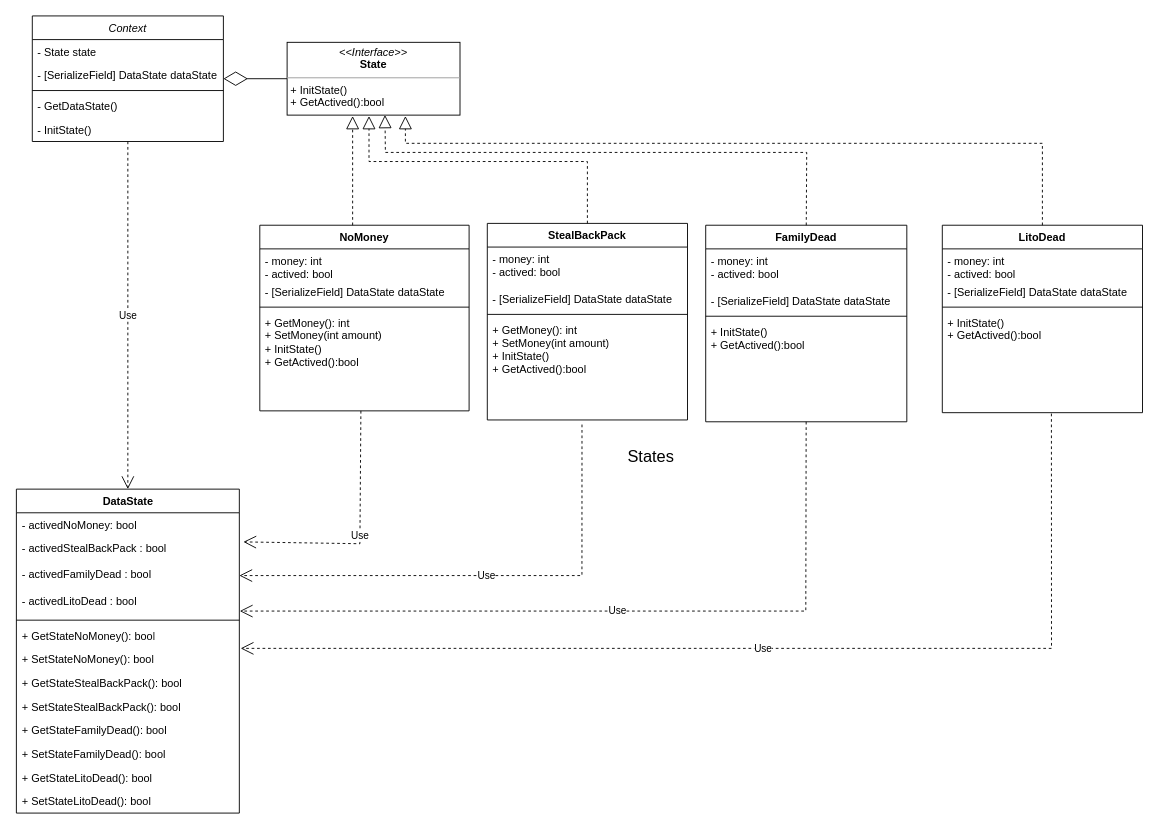
Earlier version of the draw.io diagram Ley-Rivas/Diagrama sin título.drawio (alemarchena/leyrivas). Source tidied: cells renumbered, new cells numbered last; positions are measured from the earlier drawing's top-left corner, leaving out a move shared by most shapes. Both pictures are drawn from the tidied source at 91%, with x=0, y=0 at pixel (15, 15).
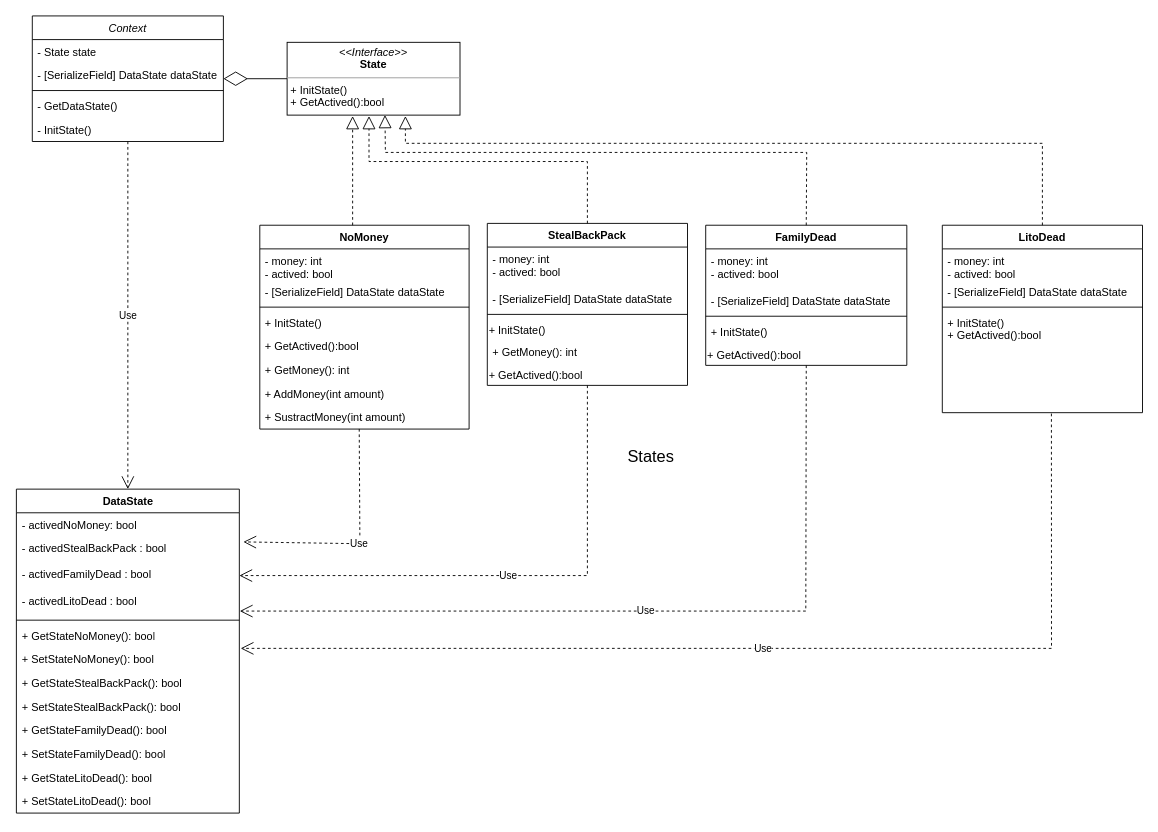
After the change.

The change refers to these unchanged cells:
```xml
<mxCell id="37" value="- activedStealBackPack : bool" style="text;strokeColor=none;fillColor=none;align=left;verticalAlign=top;spacingLeft=4;spacingRight=4;overflow=hidden;points=[[0,0.5],[1,0.5]];portConstraint=eastwest;whiteSpace=wrap;html=1;" parent="35" vertex="1">
  <mxGeometry y="52" width="245" height="28" as="geometry" />
</mxCell>
<mxCell id="38" value="- activedFamilyDead : bool" style="text;strokeColor=none;fillColor=none;align=left;verticalAlign=top;spacingLeft=4;spacingRight=4;overflow=hidden;points=[[0,0.5],[1,0.5]];portConstraint=eastwest;whiteSpace=wrap;html=1;" parent="35" vertex="1">
  <mxGeometry y="80" width="245" height="30" as="geometry" />
</mxCell>
<mxCell id="39" value="- activedLitoDead : bool" style="text;strokeColor=none;fillColor=none;align=left;verticalAlign=top;spacingLeft=4;spacingRight=4;overflow=hidden;points=[[0,0.5],[1,0.5]];portConstraint=eastwest;whiteSpace=wrap;html=1;" parent="35" vertex="1">
  <mxGeometry y="110" width="245" height="30" as="geometry" />
</mxCell>
```

The edit, as a diff of the source:
```diff
@@
     <mxCell id="10" value="NoMoney" style="swimlane;fontStyle=1;align=center;verticalAlign=top;horizontal=1;startSize=26;whiteSpace=wrap;html=1;" parent="1" vertex="1">
-      <mxGeometry x="268" y="230" width="230" height="204" as="geometry" />
+      <mxGeometry x="268" y="230" width="230" height="224" as="geometry" />
     </mxCell>
@@
+    <mxCell id="54" value="+ InitState()" style="text;align=left;verticalAlign=top;spacingLeft=4;spacingRight=4;overflow=hidden;" parent="10" vertex="1">
+      <mxGeometry y="94" width="230" height="26" as="geometry" />
+    </mxCell>
+    <mxCell id="55" value="+ GetActived():bool" style="text;align=left;verticalAlign=top;spacingLeft=4;spacingRight=4;overflow=hidden;" parent="10" vertex="1">
+      <mxGeometry y="120" width="230" height="26" as="geometry" />
+    </mxCell>
-    <mxCell id="14" value="+ GetMoney(): int&lt;br&gt;+ SetMoney(int amount)&lt;br&gt;+ InitState()&lt;br&gt;+ GetActived():bool" style="text;strokeColor=none;fillColor=none;align=left;verticalAlign=top;spacingLeft=4;spacingRight=4;overflow=hidden;points=[[0,0.5],[1,0.5]];portConstraint=eastwest;whiteSpace=wrap;html=1;" parent="10" vertex="1">
-      <mxGeometry y="94" width="230" height="110" as="geometry" />
+    <mxCell id="14" value="+ GetMoney(): int&lt;br&gt;" style="text;strokeColor=none;fillColor=none;align=left;verticalAlign=top;spacingLeft=4;spacingRight=4;overflow=hidden;points=[[0,0.5],[1,0.5]];portConstraint=eastwest;whiteSpace=wrap;html=1;" parent="10" vertex="1">
+      <mxGeometry y="146" width="230" height="26" as="geometry" />
     </mxCell>
+    <mxCell id="56" value="+ AddMoney(int amount)" style="text;align=left;verticalAlign=top;spacingLeft=4;spacingRight=4;overflow=hidden;" parent="10" vertex="1">
+      <mxGeometry y="172" width="230" height="26" as="geometry" />
+    </mxCell>
+    <mxCell id="57" value="+ SustractMoney(int amount)" style="text;align=left;verticalAlign=top;spacingLeft=4;spacingRight=4;overflow=hidden;points=[[0,0.5],[1,0.5]];portConstraint=eastwest;" parent="10" vertex="1">
+      <mxGeometry y="198" width="230" height="26" as="geometry" />
+    </mxCell>
     <mxCell id="15" value="StealBackPack" style="swimlane;fontStyle=1;align=center;verticalAlign=top;horizontal=1;startSize=26;whiteSpace=wrap;html=1;" parent="1" vertex="1">
-      <mxGeometry x="518" y="228" width="220" height="216" as="geometry" />
+      <mxGeometry x="518" y="228" width="220" height="178" as="geometry" />
     </mxCell>
@@
+    <mxCell id="58" value="+ InitState()" style="text;whiteSpace=wrap;html=1;" parent="15" vertex="1">
+      <mxGeometry y="104" width="220" height="24" as="geometry" />
+    </mxCell>
-    <mxCell id="19" value="+ GetMoney(): int&lt;br&gt;+ SetMoney(int amount)&lt;br&gt;+ InitState()&lt;br&gt;+ GetActived():bool" style="text;strokeColor=none;fillColor=none;align=left;verticalAlign=top;spacingLeft=4;spacingRight=4;overflow=hidden;points=[[0,0.5],[1,0.5]];portConstraint=eastwest;whiteSpace=wrap;html=1;" parent="15" vertex="1">
-      <mxGeometry y="104" width="220" height="112" as="geometry" />
+    <mxCell id="19" value="+ GetMoney(): int&lt;br&gt;" style="text;strokeColor=none;fillColor=none;align=left;verticalAlign=top;spacingLeft=4;spacingRight=4;overflow=hidden;points=[[0,0.5],[1,0.5]];portConstraint=eastwest;whiteSpace=wrap;html=1;" parent="15" vertex="1">
+      <mxGeometry y="128" width="220" height="26" as="geometry" />
     </mxCell>
+    <mxCell id="59" value="+ GetActived():bool" style="text;whiteSpace=wrap;html=1;" parent="15" vertex="1">
+      <mxGeometry y="154" width="220" height="24" as="geometry" />
+    </mxCell>
@@
     <mxCell id="23" value="FamilyDead" style="swimlane;fontStyle=1;align=center;verticalAlign=top;horizontal=1;startSize=26;whiteSpace=wrap;html=1;" parent="1" vertex="1">
-      <mxGeometry x="758" y="230" width="221" height="216" as="geometry" />
+      <mxGeometry x="758" y="230" width="221" height="154" as="geometry" />
     </mxCell>
@@
-    <mxCell id="27" value="+ InitState()&lt;br&gt;+ GetActived():bool" style="text;strokeColor=none;fillColor=none;align=left;verticalAlign=top;spacingLeft=4;spacingRight=4;overflow=hidden;points=[[0,0.5],[1,0.5]];portConstraint=eastwest;whiteSpace=wrap;html=1;" parent="23" vertex="1">
-      <mxGeometry y="104" width="221" height="112" as="geometry" />
+    <mxCell id="27" value="+ InitState()&lt;br&gt;" style="text;strokeColor=none;fillColor=none;align=left;verticalAlign=top;spacingLeft=4;spacingRight=4;overflow=hidden;points=[[0,0.5],[1,0.5]];portConstraint=eastwest;whiteSpace=wrap;html=1;" parent="23" vertex="1">
+      <mxGeometry y="104" width="221" height="26" as="geometry" />
     </mxCell>
+    <mxCell id="60" value="+ GetActived():bool" style="text;whiteSpace=wrap;html=1;" parent="23" vertex="1">
+      <mxGeometry y="130" width="221" height="24" as="geometry" />
+    </mxCell>
@@
-    <mxCell id="50" value="Use" style="endArrow=open;endSize=12;dashed=1;html=1;rounded=0;entryX=1.018;entryY=0.214;entryDx=0;entryDy=0;entryPerimeter=0;exitX=0.483;exitY=1;exitDx=0;exitDy=0;exitPerimeter=0;" parent="1" edge="1" source="14" target="37">
+    <mxCell id="50" value="Use" style="endArrow=open;endSize=12;dashed=1;html=1;rounded=0;entryX=1.018;entryY=0.214;entryDx=0;entryDy=0;entryPerimeter=0;exitX=0.475;exitY=0.994;exitDx=0;exitDy=0;exitPerimeter=0;" parent="1" edge="1" source="57" target="37">
       <mxGeometry relative="1" as="geometry">
         <Array as="points">
           <mxPoint x="378" y="580" />
         </Array>
       </mxGeometry>
     </mxCell>
-    <mxCell id="51" value="Use" style="endArrow=open;endSize=12;dashed=1;html=1;rounded=0;entryX=1;entryY=0.5;entryDx=0;entryDy=0;exitX=0.473;exitY=1.045;exitDx=0;exitDy=0;exitPerimeter=0;" parent="1" edge="1" source="19" target="38">
+    <mxCell id="51" value="Use" style="endArrow=open;endSize=12;dashed=1;html=1;rounded=0;entryX=1;entryY=0.5;entryDx=0;entryDy=0;exitX=0.5;exitY=1;exitDx=0;exitDy=0;" parent="1" edge="1" source="59" target="38">
       <mxGeometry relative="1" as="geometry">
         <Array as="points">
-          <mxPoint x="622" y="615" />
+          <mxPoint x="628" y="615" />
         </Array>
       </mxGeometry>
     </mxCell>
-    <mxCell id="52" value="Use" style="endArrow=open;endSize=12;dashed=1;html=1;rounded=0;entryX=1.002;entryY=0.8;entryDx=0;entryDy=0;entryPerimeter=0;" parent="1" edge="1" source="27" target="39">
+    <mxCell id="52" value="Use" style="endArrow=open;endSize=12;dashed=1;html=1;rounded=0;entryX=1.002;entryY=0.8;entryDx=0;entryDy=0;entryPerimeter=0;exitX=0.5;exitY=1;exitDx=0;exitDy=0;" parent="1" edge="1" source="60" target="39">
       <mxGeometry relative="1" as="geometry">
         <Array as="points">
           <mxPoint x="868" y="654" />
         </Array>
       </mxGeometry>
     </mxCell>
```
